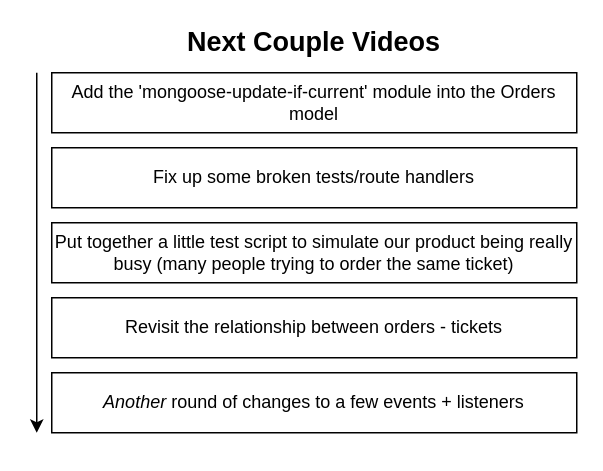
The draw.io diagram page "01 - flow" (1 of 4) of diagrams/08/04.drawio in HappySuzuki/microservices-cast, before the edit. Source tidied: cells renumbered, new cells numbered last; positions are measured from the earlier drawing's top-left corner, leaving out a move shared by most shapes. Both pictures are drawn from the tidied source at 150%, with x=0, y=0 at pixel (36, 27).
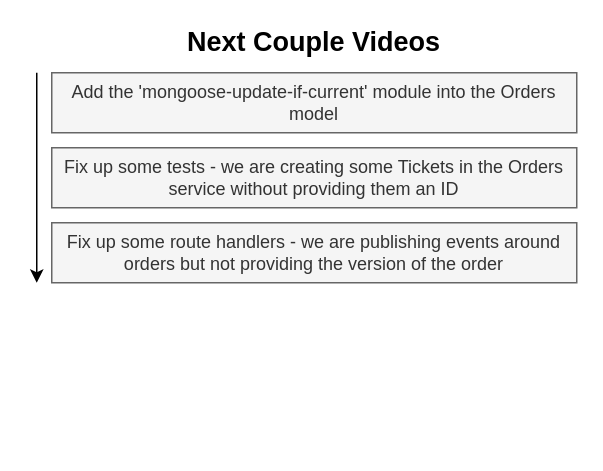
The same diagram, later.

What changed in the source:
```diff
@@
 <mxGraphModel>
   <root>
     <mxCell id="0" />
     <mxCell id="1" parent="0" />
-    <mxCell id="2" value="Add the 'mongoose-update-if-current' module into the Orders model" style="rounded=0;whiteSpace=wrap;html=1;" parent="1" vertex="1">
+    <mxCell id="2" value="Add the 'mongoose-update-if-current' module into the Orders model" style="rounded=0;whiteSpace=wrap;html=1;fillColor=#f5f5f5;strokeColor=#666666;fontColor=#333333;" parent="1" vertex="1">
       <mxGeometry x="10" y="30" width="350" height="40" as="geometry" />
     </mxCell>
     <mxCell id="3" style="endArrow=classic;html=1;" parent="1" edge="1">
       <mxGeometry relative="1" as="geometry">
         <mxPoint y="30" as="sourcePoint" />
-        <mxPoint y="270" as="targetPoint" />
+        <mxPoint y="170" as="targetPoint" />
       </mxGeometry>
     </mxCell>
-    <mxCell id="4" value="Fix up some broken tests/route handlers" style="rounded=0;whiteSpace=wrap;html=1;" parent="1" vertex="1">
+    <mxCell id="4" value="Fix up some tests - we are creating some Tickets in the Orders service without providing them an ID" style="rounded=0;whiteSpace=wrap;html=1;fillColor=#f5f5f5;strokeColor=#666666;fontColor=#333333;" parent="1" vertex="1">
       <mxGeometry x="10" y="80" width="350" height="40" as="geometry" />
     </mxCell>
-    <mxCell id="5" value="Put together a little test script to simulate our product being really busy (many people trying to order the same ticket)" style="rounded=0;whiteSpace=wrap;html=1;" parent="1" vertex="1">
-      <mxGeometry x="10" y="130" width="350" height="40" as="geometry" />
-    </mxCell>
-    <mxCell id="6" value="Revisit the relationship between orders - tickets" style="rounded=0;whiteSpace=wrap;html=1;" parent="1" vertex="1">
-      <mxGeometry x="10" y="180" width="350" height="40" as="geometry" />
-    </mxCell>
-    <mxCell id="7" value="&lt;i&gt;Another&lt;/i&gt; round of changes to a few events + listeners" style="rounded=0;whiteSpace=wrap;html=1;" parent="1" vertex="1">
-      <mxGeometry x="10" y="230" width="350" height="40" as="geometry" />
-    </mxCell>
     <mxCell id="8" value="Next Couple Videos" style="text;html=1;strokeColor=none;fillColor=none;align=center;verticalAlign=middle;whiteSpace=wrap;rounded=0;fontStyle=1;fontSize=18;" parent="1" vertex="1">
       <mxGeometry x="91.2" width="187.5" height="20" as="geometry" />
     </mxCell>
+    <mxCell id="9" value="Fix up some route handlers - we are publishing events around orders but not providing the version of the order" style="rounded=0;whiteSpace=wrap;html=1;fillColor=#f5f5f5;strokeColor=#666666;fontColor=#333333;" parent="1" vertex="1">
+      <mxGeometry x="10" y="130" width="350" height="40" as="geometry" />
+    </mxCell>
   </root>
 </mxGraphModel>
```
